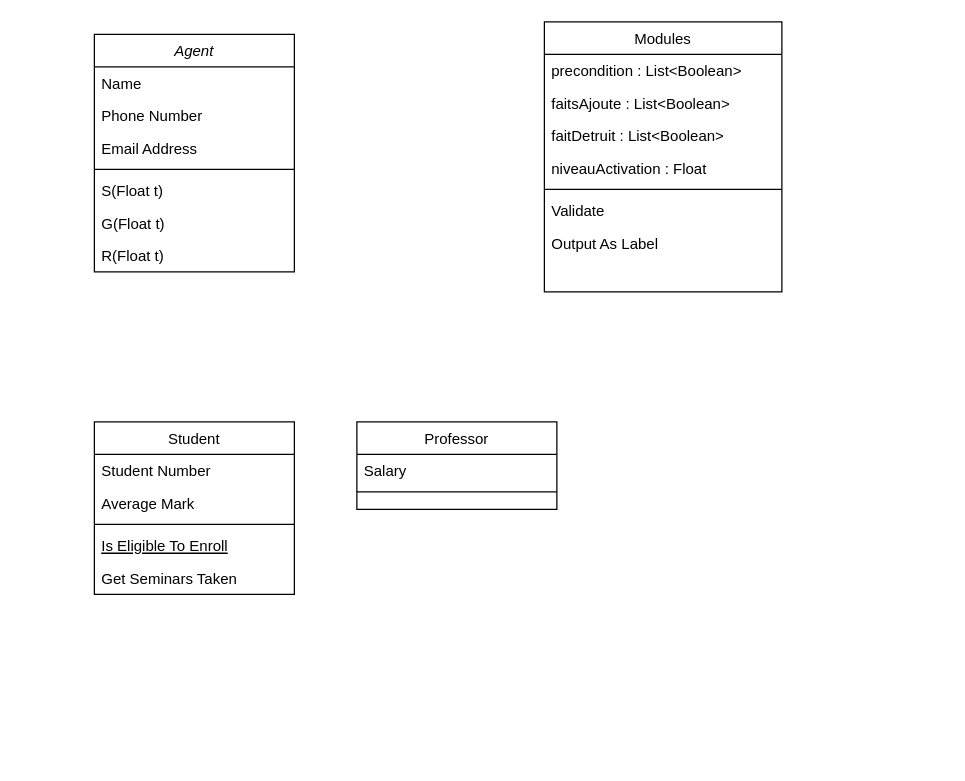
This is Untitled Diagram.drawio from DocR3D/Projet-SMA-PMaes, a draw.io file, before an edit. Source tidied: cells renumbered, new cells numbered last; positions are measured from the earlier drawing's top-left corner, leaving out a move shared by most shapes. Both pictures are drawn from the tidied source at 125%, with x=0, y=0 at pixel (94, 21).
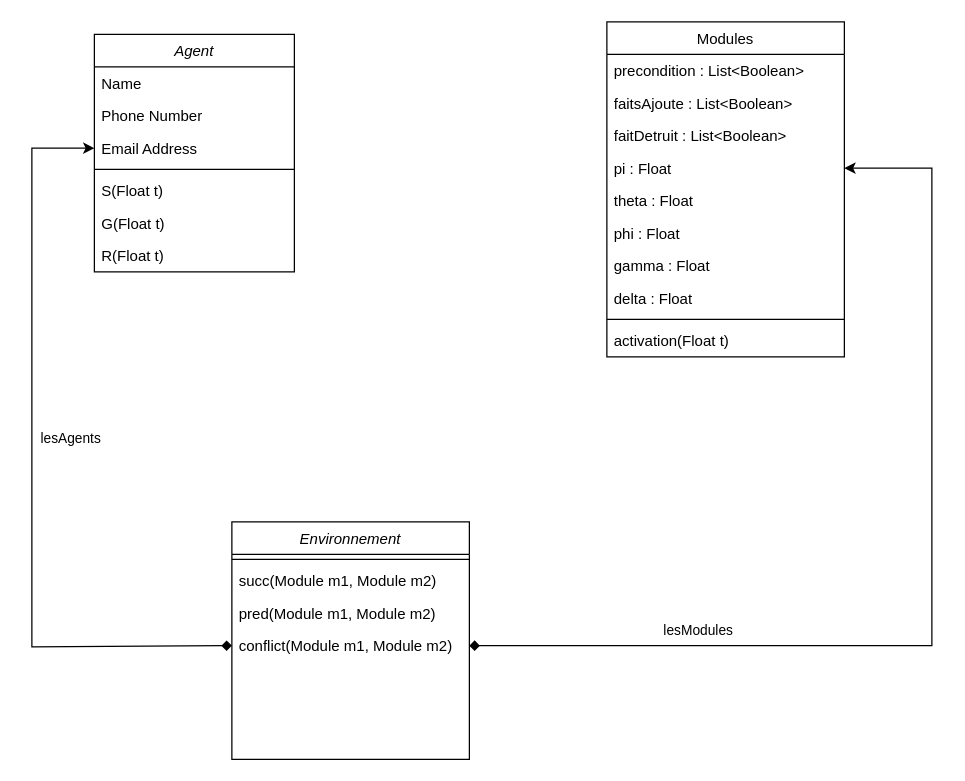
Above is the later version.

Commit message:
ajout de variable et d'une classe

Unchanged cells that the change refers to:
```xml
<mxCell id="5" value="Email Address" style="text;align=left;verticalAlign=top;spacingLeft=4;spacingRight=4;overflow=hidden;points=[[0,0.5],[1,0.5]];portConstraint=eastwest;rounded=0;shadow=0;html=0;" parent="2" vertex="1">
  <mxGeometry y="78" width="160" height="26" as="geometry" />
</mxCell>
```

Change to the diagram source:
```diff
@@
-    <mxCell id="10" value="Student" style="swimlane;fontStyle=0;align=center;verticalAlign=top;horizontal=1;startSize=26;rounded=0;shadow=0;strokeWidth=1;" parent="1" vertex="1">
-      <mxGeometry y="320" width="160" height="138" as="geometry" />
-    </mxCell>
-    <mxCell id="11" value="Student Number" style="text;align=left;verticalAlign=top;spacingLeft=4;spacingRight=4;overflow=hidden;" parent="10" vertex="1">
-      <mxGeometry y="26" width="160" height="26" as="geometry" />
-    </mxCell>
-    <mxCell id="12" value="Average Mark" style="text;align=left;verticalAlign=top;spacingLeft=4;spacingRight=4;overflow=hidden;rounded=0;shadow=0;html=0;" parent="10" vertex="1">
-      <mxGeometry y="52" width="160" height="26" as="geometry" />
-    </mxCell>
-    <mxCell id="13" style="line;html=1;strokeWidth=1;align=left;verticalAlign=middle;spacingTop=-1;spacingLeft=3;spacingRight=3;labelPosition=right;" parent="10" vertex="1">
-      <mxGeometry y="78" width="160" height="8" as="geometry" />
-    </mxCell>
-    <mxCell id="14" value="Is Eligible To Enroll" style="text;align=left;verticalAlign=top;spacingLeft=4;spacingRight=4;overflow=hidden;fontStyle=4;" parent="10" vertex="1">
-      <mxGeometry y="86" width="160" height="26" as="geometry" />
-    </mxCell>
-    <mxCell id="15" value="Get Seminars Taken" style="text;align=left;verticalAlign=top;spacingLeft=4;spacingRight=4;overflow=hidden;" parent="10" vertex="1">
-      <mxGeometry y="112" width="160" height="26" as="geometry" />
-    </mxCell>
-    <mxCell id="16" value="Professor" style="swimlane;fontStyle=0;align=center;verticalAlign=top;horizontal=1;startSize=26;rounded=0;shadow=0;strokeWidth=1;" parent="1" vertex="1">
-      <mxGeometry x="210" y="320" width="160" height="70" as="geometry" />
-    </mxCell>
-    <mxCell id="17" value="Salary" style="text;align=left;verticalAlign=top;spacingLeft=4;spacingRight=4;overflow=hidden;" parent="16" vertex="1">
-      <mxGeometry y="26" width="160" height="26" as="geometry" />
-    </mxCell>
-    <mxCell id="18" style="line;html=1;strokeWidth=1;align=left;verticalAlign=middle;spacingTop=-1;spacingLeft=3;spacingRight=3;labelPosition=right;" parent="16" vertex="1">
-      <mxGeometry y="52" width="160" height="8" as="geometry" />
-    </mxCell>
     <mxCell id="19" value="Modules" style="swimlane;fontStyle=0;align=center;verticalAlign=top;horizontal=1;startSize=26;rounded=0;shadow=0;strokeWidth=1;" parent="1" vertex="1">
-      <mxGeometry x="360" width="190" height="216" as="geometry" />
+      <mxGeometry x="410" width="190" height="268" as="geometry" />
     </mxCell>
@@
-    <mxCell id="23" value="niveauActivation : Float" style="text;align=left;verticalAlign=top;spacingLeft=4;spacingRight=4;overflow=hidden;rounded=0;shadow=0;html=0;" parent="19" vertex="1">
-      <mxGeometry y="104" width="190" height="26" as="geometry" />
-    </mxCell>
+    <mxCell id="27" value="pi : Float" style="text;align=left;verticalAlign=top;spacingLeft=4;spacingRight=4;overflow=hidden;points=[[0,0.5],[1,0.5]];portConstraint=eastwest;rounded=0;shadow=0;html=0;" parent="19" vertex="1">
+      <mxGeometry y="104" width="190" height="26" as="geometry" />
+    </mxCell>
+    <mxCell id="28" value="theta : Float" style="text;align=left;verticalAlign=top;spacingLeft=4;spacingRight=4;overflow=hidden;rounded=0;shadow=0;html=0;" parent="19" vertex="1">
+      <mxGeometry y="130" width="190" height="26" as="geometry" />
+    </mxCell>
+    <mxCell id="29" value="phi : Float" style="text;align=left;verticalAlign=top;spacingLeft=4;spacingRight=4;overflow=hidden;rounded=0;shadow=0;html=0;" parent="19" vertex="1">
+      <mxGeometry y="156" width="190" height="26" as="geometry" />
+    </mxCell>
+    <mxCell id="30" value="gamma : Float" style="text;align=left;verticalAlign=top;spacingLeft=4;spacingRight=4;overflow=hidden;rounded=0;shadow=0;html=0;" parent="19" vertex="1">
+      <mxGeometry y="182" width="190" height="26" as="geometry" />
+    </mxCell>
+    <mxCell id="31" value="delta : Float" style="text;align=left;verticalAlign=top;spacingLeft=4;spacingRight=4;overflow=hidden;rounded=0;shadow=0;html=0;" parent="19" vertex="1">
+      <mxGeometry y="208" width="190" height="26" as="geometry" />
+    </mxCell>
     <mxCell id="24" style="line;html=1;strokeWidth=1;align=left;verticalAlign=middle;spacingTop=-1;spacingLeft=3;spacingRight=3;labelPosition=right;" parent="19" vertex="1">
-      <mxGeometry y="130" width="190" height="8" as="geometry" />
+      <mxGeometry y="234" width="190" height="8" as="geometry" />
     </mxCell>
-    <mxCell id="25" value="Validate" style="text;align=left;verticalAlign=top;spacingLeft=4;spacingRight=4;overflow=hidden;" parent="19" vertex="1">
-      <mxGeometry y="138" width="190" height="26" as="geometry" />
-    </mxCell>
-    <mxCell id="26" value="Output As Label" style="text;align=left;verticalAlign=top;spacingLeft=4;spacingRight=4;overflow=hidden;" parent="19" vertex="1">
-      <mxGeometry y="164" width="190" height="26" as="geometry" />
-    </mxCell>
+    <mxCell id="32" value="activation(Float t)" style="text;align=left;verticalAlign=top;spacingLeft=4;spacingRight=4;overflow=hidden;rounded=0;shadow=0;html=0;" parent="19" vertex="1">
+      <mxGeometry y="242" width="190" height="26" as="geometry" />
+    </mxCell>
+    <mxCell id="33" value="Environnement" style="swimlane;fontStyle=2;align=center;verticalAlign=top;horizontal=1;startSize=26;rounded=0;shadow=0;strokeWidth=1;" parent="1" vertex="1">
+      <mxGeometry x="110" y="400" width="190" height="190" as="geometry" />
+    </mxCell>
+    <mxCell id="34" style="line;html=1;strokeWidth=1;align=left;verticalAlign=middle;spacingTop=-1;spacingLeft=3;spacingRight=3;labelPosition=right;" parent="33" vertex="1">
+      <mxGeometry y="26" width="190" height="8" as="geometry" />
+    </mxCell>
+    <mxCell id="35" value="succ(Module m1, Module m2)" style="text;align=left;verticalAlign=top;spacingLeft=4;spacingRight=4;overflow=hidden;" parent="33" vertex="1">
+      <mxGeometry y="34" width="190" height="26" as="geometry" />
+    </mxCell>
+    <mxCell id="36" value="pred(Module m1, Module m2)" style="text;align=left;verticalAlign=top;spacingLeft=4;spacingRight=4;overflow=hidden;" parent="33" vertex="1">
+      <mxGeometry y="60" width="190" height="26" as="geometry" />
+    </mxCell>
+    <mxCell id="37" value="conflict(Module m1, Module m2)" style="text;align=left;verticalAlign=top;spacingLeft=4;spacingRight=4;overflow=hidden;points=[[0,0.5],[1,0.5]];portConstraint=eastwest;" parent="33" vertex="1">
+      <mxGeometry y="86" width="190" height="26" as="geometry" />
+    </mxCell>
+    <mxCell id="38" style="endArrow=classic;html=1;rounded=0;exitX=0;exitY=0.5;exitDx=0;exitDy=0;entryX=0;entryY=0.5;entryDx=0;entryDy=0;startArrow=diamond;startFill=1;" parent="1" edge="1" source="37" target="5">
+      <mxGeometry relative="1" as="geometry">
+        <Array as="points">
+          <mxPoint x="-50" y="500" />
+          <mxPoint x="-50" y="101" />
+        </Array>
+      </mxGeometry>
+    </mxCell>
+    <mxCell id="39" value="lesAgents" style="edgeLabel;html=1;align=center;verticalAlign=middle;" parent="38" vertex="1">
+      <mxGeometry x="-0.22" y="4" relative="1" as="geometry">
+        <mxPoint x="34" y="-90" as="offset" />
+      </mxGeometry>
+    </mxCell>
+    <mxCell id="40" style="endArrow=classic;html=1;rounded=0;entryX=1;entryY=0.5;entryDx=0;entryDy=0;startArrow=diamond;startFill=1;exitX=1;exitY=0.5;exitDx=0;exitDy=0;" parent="1" edge="1" source="37" target="27">
+      <mxGeometry relative="1" as="geometry">
+        <Array as="points">
+          <mxPoint x="670" y="499" />
+          <mxPoint x="670" y="117" />
+        </Array>
+      </mxGeometry>
+    </mxCell>
+    <mxCell id="41" value="lesModules" style="edgeLabel;html=1;align=center;verticalAlign=middle;" parent="40" vertex="1">
+      <mxGeometry x="-0.22" y="4" relative="1" as="geometry">
+        <mxPoint x="-139" y="-9" as="offset" />
+      </mxGeometry>
+    </mxCell>
```
